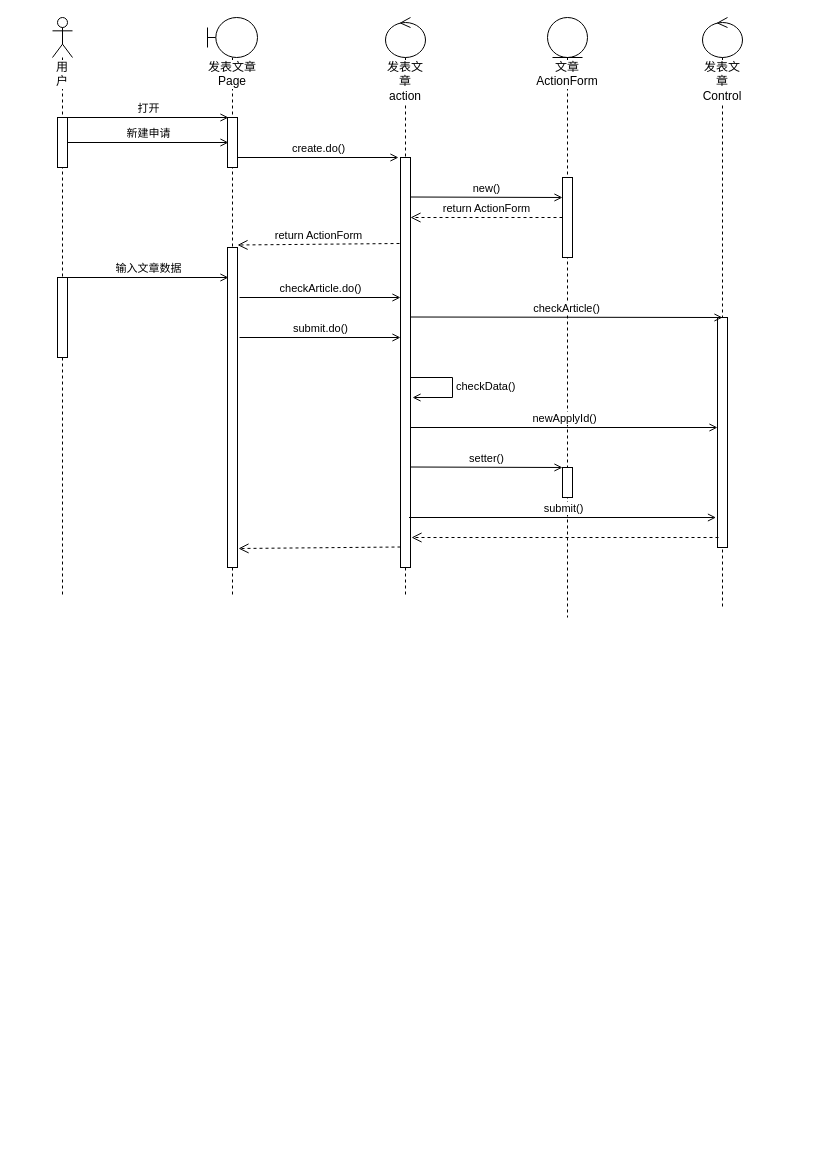
This is pet/uml/系统分析与设计/分析模型.drawio from JMHello/draw, a draw.io file, before an edit. Source tidied: cells renumbered, new cells numbered last; positions are measured from the earlier drawing's top-left corner, leaving out a move shared by most shapes. Both pictures are drawn from the tidied source at 100%, with x=0, y=0 at pixel (52, 17).
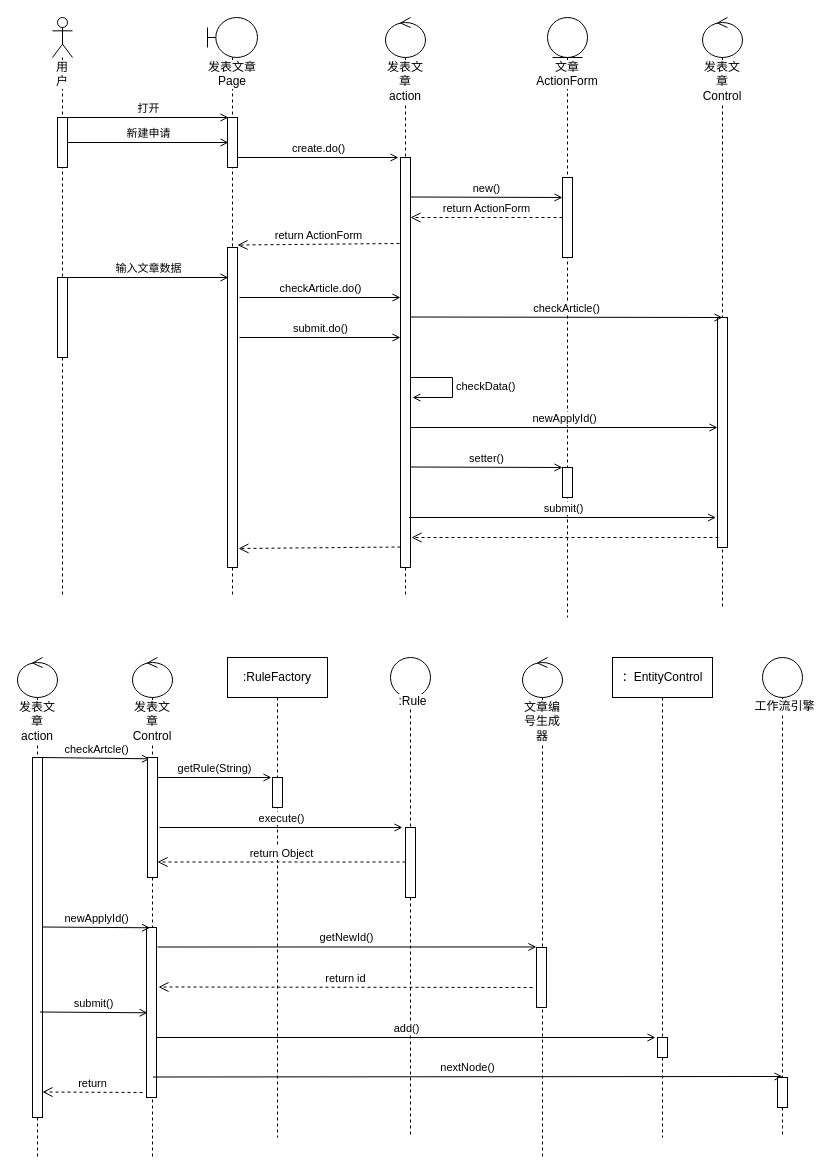
The same page after the edit.

Diff of the diagram source:
```diff
@@
+    <mxCell id="32" value="发表文章action" style="shape=umlLifeline;participant=umlControl;perimeter=lifelinePerimeter;whiteSpace=wrap;html=1;verticalAlign=top;spacingTop=36;labelBackgroundColor=#ffffff;" parent="1" vertex="1">
+      <mxGeometry x="-35" y="640" width="40" height="500" as="geometry" />
+    </mxCell>
+    <mxCell id="33" style="html=1;perimeter=orthogonalPerimeter;" parent="32" vertex="1">
+      <mxGeometry x="15" y="100" width="10" height="360" as="geometry" />
+    </mxCell>
+    <mxCell id="34" value="checkArtcle()" style="html=1;verticalAlign=bottom;endArrow=open;entryX=0.258;entryY=0.011;entryDx=0;entryDy=0;entryPerimeter=0;endFill=0;" parent="32" edge="1" target="36">
+      <mxGeometry relative="1" as="geometry">
+        <mxPoint x="25" y="100" as="sourcePoint" />
+      </mxGeometry>
+    </mxCell>
+    <mxCell id="35" value="发表文章Control" style="shape=umlLifeline;participant=umlControl;perimeter=lifelinePerimeter;whiteSpace=wrap;html=1;verticalAlign=top;spacingTop=36;labelBackgroundColor=#ffffff;" parent="1" vertex="1">
+      <mxGeometry x="80" y="640" width="40" height="500" as="geometry" />
+    </mxCell>
+    <mxCell id="36" style="html=1;points=[];perimeter=orthogonalPerimeter;" parent="35" vertex="1">
+      <mxGeometry x="15" y="100" width="10" height="120" as="geometry" />
+    </mxCell>
+    <mxCell id="37" style="html=1;perimeter=orthogonalPerimeter;" parent="35" vertex="1">
+      <mxGeometry x="14" y="270" width="10" height="170" as="geometry" />
+    </mxCell>
+    <mxCell id="38" value=":RuleFactory" style="shape=umlLifeline;perimeter=lifelinePerimeter;whiteSpace=wrap;html=1;" parent="1" vertex="1">
+      <mxGeometry x="175" y="640" width="100" height="480" as="geometry" />
+    </mxCell>
+    <mxCell id="39" style="html=1;perimeter=orthogonalPerimeter;" parent="38" vertex="1">
+      <mxGeometry x="45" y="120" width="10" height="30" as="geometry" />
+    </mxCell>
+    <mxCell id="40" value="文章编号生成器" style="shape=umlLifeline;participant=umlControl;perimeter=lifelinePerimeter;whiteSpace=wrap;html=1;verticalAlign=top;spacingTop=36;labelBackgroundColor=#ffffff;" parent="1" vertex="1">
+      <mxGeometry x="470" y="640" width="40" height="500" as="geometry" />
+    </mxCell>
+    <mxCell id="41" style="html=1;points=[];perimeter=orthogonalPerimeter;" parent="40" vertex="1">
+      <mxGeometry x="14" y="290" width="10" height="60" as="geometry" />
+    </mxCell>
+    <mxCell id="42" style="group;" parent="1" vertex="1">
+      <mxGeometry x="338" y="640" width="40" height="480" as="geometry" />
+    </mxCell>
+    <mxCell id="43" style="edgeStyle=orthogonalEdgeStyle;rounded=0;jettySize=auto;html=1;endArrow=none;endFill=0;dashed=1;" parent="42" edge="1" source="45">
+      <mxGeometry relative="1" as="geometry">
+        <mxPoint x="20" y="480" as="targetPoint" />
+      </mxGeometry>
+    </mxCell>
+    <mxCell id="44" style="ellipse;whiteSpace=wrap;html=1;" parent="42" vertex="1">
+      <mxGeometry width="40" height="40" as="geometry" />
+    </mxCell>
+    <mxCell id="45" style="html=1;points=[];perimeter=orthogonalPerimeter;" parent="42" vertex="1">
+      <mxGeometry x="15" y="170" width="10" height="70" as="geometry" />
+    </mxCell>
+    <mxCell id="46" style="edgeStyle=orthogonalEdgeStyle;rounded=0;jettySize=auto;html=1;endArrow=none;endFill=0;dashed=1;" parent="42" edge="1" source="44" target="45">
+      <mxGeometry relative="1" as="geometry" />
+    </mxCell>
+    <mxCell id="47" value=":Rule" style="text;html=1;align=center;verticalAlign=middle;labelBackgroundColor=#ffffff;" parent="46" vertex="1">
+      <mxGeometry x="-0.96" y="1" relative="1" as="geometry" />
+    </mxCell>
+    <mxCell id="48" value="nextNode()" style="html=1;verticalAlign=bottom;endArrow=open;endFill=0;" parent="42" edge="1">
+      <mxGeometry relative="1" as="geometry">
+        <mxPoint x="-237.5" y="419.5" as="sourcePoint" />
+        <mxPoint x="392" y="419" as="targetPoint" />
+      </mxGeometry>
+    </mxCell>
+    <mxCell id="49" value="：EntityControl" style="shape=umlLifeline;perimeter=lifelinePerimeter;whiteSpace=wrap;html=1;" parent="1" vertex="1">
+      <mxGeometry x="560" y="640" width="100" height="480" as="geometry" />
+    </mxCell>
+    <mxCell id="50" style="html=1;perimeter=orthogonalPerimeter;" parent="49" vertex="1">
+      <mxGeometry x="45" y="380" width="10" height="20" as="geometry" />
+    </mxCell>
+    <mxCell id="51" style="group;" parent="1" vertex="1">
+      <mxGeometry x="710" y="640" width="40" height="500" as="geometry" />
+    </mxCell>
+    <mxCell id="52" style="edgeStyle=orthogonalEdgeStyle;rounded=0;jettySize=auto;html=1;endArrow=none;endFill=0;dashed=1;" parent="51" edge="1" source="54">
+      <mxGeometry relative="1" as="geometry">
+        <mxPoint x="20" y="480" as="targetPoint" />
+      </mxGeometry>
+    </mxCell>
+    <mxCell id="53" style="ellipse;whiteSpace=wrap;html=1;" parent="51" vertex="1">
+      <mxGeometry width="40" height="40" as="geometry" />
+    </mxCell>
+    <mxCell id="54" style="html=1;points=[];perimeter=orthogonalPerimeter;" parent="51" vertex="1">
+      <mxGeometry x="15" y="420" width="10" height="30" as="geometry" />
+    </mxCell>
+    <mxCell id="55" style="edgeStyle=orthogonalEdgeStyle;rounded=0;jettySize=auto;html=1;endArrow=none;endFill=0;dashed=1;" parent="51" edge="1" source="53" target="54">
+      <mxGeometry relative="1" as="geometry" />
+    </mxCell>
+    <mxCell id="56" value="工作流引擎" style="text;html=1;align=center;verticalAlign=middle;labelBackgroundColor=#ffffff;" parent="55" vertex="1">
+      <mxGeometry x="-0.96" y="1" relative="1" as="geometry" />
+    </mxCell>
+    <mxCell id="57" value="getRule(String)" style="html=1;verticalAlign=bottom;endArrow=open;endFill=0;" parent="1" edge="1">
+      <mxGeometry relative="1" as="geometry">
+        <mxPoint x="105" y="760" as="sourcePoint" />
+        <mxPoint x="219" y="760" as="targetPoint" />
+      </mxGeometry>
+    </mxCell>
+    <mxCell id="58" value="execute()" style="html=1;verticalAlign=bottom;endArrow=open;endFill=0;" parent="1" edge="1">
+      <mxGeometry relative="1" as="geometry">
+        <mxPoint x="107" y="810" as="sourcePoint" />
+        <mxPoint x="350" y="810" as="targetPoint" />
+      </mxGeometry>
+    </mxCell>
+    <mxCell id="59" value="return Object" style="html=1;verticalAlign=bottom;endArrow=open;dashed=1;endSize=8;" parent="1" edge="1" target="36">
+      <mxGeometry relative="1" as="geometry">
+        <mxPoint x="353" y="844.5" as="sourcePoint" />
+      </mxGeometry>
+    </mxCell>
+    <mxCell id="60" value="newApplyId()" style="html=1;verticalAlign=bottom;endArrow=open;entryX=0.258;entryY=0.011;entryDx=0;entryDy=0;entryPerimeter=0;endFill=0;" parent="1" edge="1">
+      <mxGeometry relative="1" as="geometry">
+        <mxPoint x="-10" y="909.5" as="sourcePoint" />
+        <mxPoint x="97.6" y="910.3" as="targetPoint" />
+      </mxGeometry>
+    </mxCell>
+    <mxCell id="61" value="getNewId()" style="html=1;verticalAlign=bottom;endArrow=open;endFill=0;entryX=-0.011;entryY=-0.009;entryDx=0;entryDy=0;entryPerimeter=0;" parent="1" edge="1" target="41">
+      <mxGeometry relative="1" as="geometry">
+        <mxPoint x="105" y="929.5" as="sourcePoint" />
+      </mxGeometry>
+    </mxCell>
+    <mxCell id="62" value="return id" style="html=1;verticalAlign=bottom;endArrow=open;dashed=1;endSize=8;" parent="1" edge="1">
+      <mxGeometry relative="1" as="geometry">
+        <mxPoint x="480" y="970" as="sourcePoint" />
+        <mxPoint x="106" y="969.5" as="targetPoint" />
+      </mxGeometry>
+    </mxCell>
+    <mxCell id="63" value="submit()" style="html=1;verticalAlign=bottom;endArrow=open;entryX=0.258;entryY=0.011;entryDx=0;entryDy=0;entryPerimeter=0;endFill=0;" parent="1" edge="1">
+      <mxGeometry relative="1" as="geometry">
+        <mxPoint x="-12.5" y="994.5" as="sourcePoint" />
+        <mxPoint x="95.1" y="995.3" as="targetPoint" />
+      </mxGeometry>
+    </mxCell>
+    <mxCell id="64" value="add()" style="html=1;verticalAlign=bottom;endArrow=open;endFill=0;" parent="1" edge="1">
+      <mxGeometry relative="1" as="geometry">
+        <mxPoint x="104" y="1020" as="sourcePoint" />
+        <mxPoint x="603" y="1020" as="targetPoint" />
+      </mxGeometry>
+    </mxCell>
+    <mxCell id="65" value="return" style="html=1;verticalAlign=bottom;endArrow=open;dashed=1;endSize=8;" parent="1" edge="1">
+      <mxGeometry relative="1" as="geometry">
+        <mxPoint x="90" y="1075" as="sourcePoint" />
+        <mxPoint x="-10" y="1074.5" as="targetPoint" />
+      </mxGeometry>
+    </mxCell>
```
